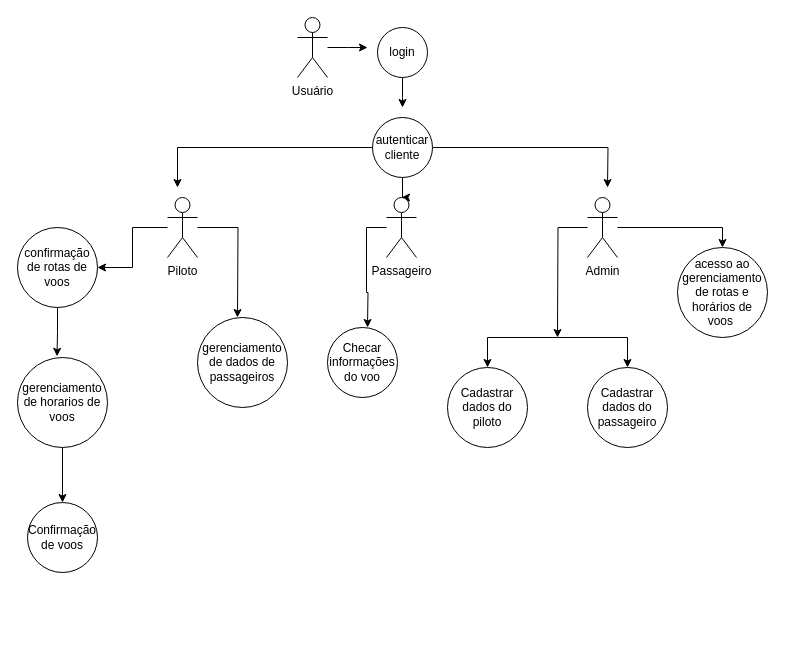
Gabriel-Evarist0/Modelagem-de-Software-aero-mind keeps this draw.io diagram as page "Página-2" (1 of 3) of Other Files/Diagrama Aeromind.drawio.xml. Above is the earlier version. Source tidied: cells renumbered, new cells numbered last; positions are measured from the earlier drawing's top-left corner, leaving out a move shared by most shapes. Both pictures are drawn from the tidied source at 100%, with x=0, y=0 at pixel (17, 17).
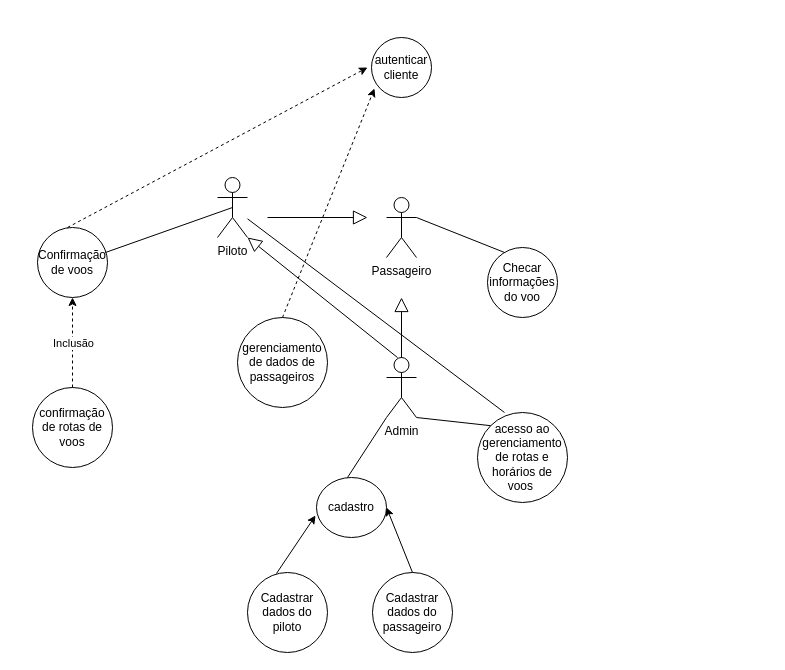
After the change.

The change refers to these unchanged cells:
```xml
<mxCell id="12" value="Passageiro" style="shape=umlActor;verticalLabelPosition=bottom;verticalAlign=top;html=1;outlineConnect=0;fontColor=default;" parent="1" vertex="1">
  <mxGeometry x="369" y="180" width="30" height="60" as="geometry" />
</mxCell>
```

What changed in the source:
```diff
@@
-    <mxCell id="2" style="edgeStyle=orthogonalEdgeStyle;rounded=0;jettySize=auto;html=1;fontColor=default;" parent="1" edge="1" source="3">
-      <mxGeometry relative="1" as="geometry">
-        <mxPoint x="385" y="90" as="targetPoint" />
-      </mxGeometry>
-    </mxCell>
-    <mxCell id="3" value="login" style="ellipse;whiteSpace=wrap;html=1;" parent="1" vertex="1">
-      <mxGeometry x="360" y="10" width="50" height="50" as="geometry" />
-    </mxCell>
-    <mxCell id="4" style="edgeStyle=orthogonalEdgeStyle;rounded=0;jettySize=auto;html=1;entryX=0.5;entryY=0;entryDx=0;entryDy=0;entryPerimeter=0;fontColor=default;" parent="1" edge="1" source="7" target="12">
-      <mxGeometry relative="1" as="geometry" />
-    </mxCell>
-    <mxCell id="5" style="edgeStyle=orthogonalEdgeStyle;rounded=0;jettySize=auto;html=1;fontColor=default;" parent="1" edge="1" source="7">
-      <mxGeometry relative="1" as="geometry">
-        <mxPoint x="160" y="170" as="targetPoint" />
-        <Array as="points">
-          <mxPoint x="160" y="130" />
-        </Array>
-      </mxGeometry>
-    </mxCell>
-    <mxCell id="6" style="edgeStyle=orthogonalEdgeStyle;rounded=0;jettySize=auto;html=1;fontColor=default;" parent="1" edge="1" source="7">
-      <mxGeometry relative="1" as="geometry">
-        <mxPoint x="590" y="170" as="targetPoint" />
-      </mxGeometry>
-    </mxCell>
     <mxCell id="7" value="autenticar cliente" style="ellipse;whiteSpace=wrap;html=1;" parent="1" vertex="1">
-      <mxGeometry x="355" y="100" width="60" height="60" as="geometry" />
+      <mxGeometry x="354" y="20" width="60" height="60" as="geometry" />
     </mxCell>
-    <mxCell id="8" style="edgeStyle=orthogonalEdgeStyle;rounded=0;jettySize=auto;html=1;fontColor=default;" parent="1" edge="1" source="10" target="19">
-      <mxGeometry relative="1" as="geometry" />
-    </mxCell>
-    <mxCell id="9" style="edgeStyle=orthogonalEdgeStyle;rounded=0;jettySize=auto;html=1;fontColor=default;" parent="1" edge="1" source="10">
-      <mxGeometry relative="1" as="geometry">
-        <mxPoint x="220" y="300" as="targetPoint" />
-      </mxGeometry>
-    </mxCell>
     <mxCell id="10" value="Piloto" style="shape=umlActor;verticalLabelPosition=bottom;verticalAlign=top;html=1;outlineConnect=0;fontColor=default;" parent="1" vertex="1">
-      <mxGeometry x="150" y="180" width="30" height="60" as="geometry" />
+      <mxGeometry x="200" y="160" width="30" height="60" as="geometry" />
     </mxCell>
-    <mxCell id="11" style="edgeStyle=orthogonalEdgeStyle;rounded=0;jettySize=auto;html=1;fontColor=default;" parent="1" edge="1" source="12">
-      <mxGeometry relative="1" as="geometry">
-        <mxPoint x="350" y="310" as="targetPoint" />
-      </mxGeometry>
-    </mxCell>
@@
-    <mxCell id="13" style="edgeStyle=orthogonalEdgeStyle;rounded=0;jettySize=auto;html=1;entryX=0.5;entryY=0;entryDx=0;entryDy=0;fontColor=default;" parent="1" edge="1" source="15" target="25">
-      <mxGeometry relative="1" as="geometry" />
-    </mxCell>
-    <mxCell id="14" style="edgeStyle=orthogonalEdgeStyle;rounded=0;jettySize=auto;html=1;fontColor=default;" parent="1" edge="1" source="15">
-      <mxGeometry relative="1" as="geometry">
-        <mxPoint x="540" y="320" as="targetPoint" />
-      </mxGeometry>
-    </mxCell>
     <mxCell id="15" value="Admin" style="shape=umlActor;verticalLabelPosition=bottom;verticalAlign=top;html=1;outlineConnect=0;fontColor=none;direction=east;" parent="1" vertex="1">
-      <mxGeometry x="570" y="180" width="30" height="60" as="geometry" />
+      <mxGeometry x="369" y="340" width="30" height="60" as="geometry" />
     </mxCell>
-    <mxCell id="16" style="edgeStyle=orthogonalEdgeStyle;rounded=0;jettySize=auto;html=1;fontColor=default;" parent="1" edge="1" source="17">
-      <mxGeometry relative="1" as="geometry">
-        <mxPoint x="350" y="30" as="targetPoint" />
-      </mxGeometry>
-    </mxCell>
-    <mxCell id="17" value="Usuário" style="shape=umlActor;verticalLabelPosition=bottom;verticalAlign=top;html=1;outlineConnect=0;fontColor=default;" parent="1" vertex="1">
-      <mxGeometry x="280" width="30" height="60" as="geometry" />
-    </mxCell>
-    <mxCell id="18" style="edgeStyle=orthogonalEdgeStyle;rounded=0;jettySize=auto;html=1;entryX=0.439;entryY=-0.013;entryDx=0;entryDy=0;entryPerimeter=0;fontColor=default;" parent="1" edge="1" source="19" target="21">
-      <mxGeometry relative="1" as="geometry" />
-    </mxCell>
     <mxCell id="19" value="confirmação de rotas de voos" style="ellipse;whiteSpace=wrap;html=1;" parent="1" vertex="1">
-      <mxGeometry y="210" width="80" height="80" as="geometry" />
+      <mxGeometry x="15" y="370" width="80" height="80" as="geometry" />
     </mxCell>
-    <mxCell id="20" style="edgeStyle=orthogonalEdgeStyle;rounded=0;jettySize=auto;html=1;fontColor=default;entryX=0.5;entryY=0;entryDx=0;entryDy=0;" parent="1" edge="1" source="21" target="22">
-      <mxGeometry relative="1" as="geometry" />
-    </mxCell>
-    <mxCell id="21" value="gerenciamento de horarios de voos" style="ellipse;whiteSpace=wrap;html=1;" parent="1" vertex="1">
-      <mxGeometry y="340" width="90" height="90" as="geometry" />
-    </mxCell>
     <mxCell id="22" value="Confirmação de voos" style="ellipse;whiteSpace=wrap;html=1;" parent="1" vertex="1">
-      <mxGeometry x="10" y="485" width="70" height="70" as="geometry" />
+      <mxGeometry x="20" y="210" width="70" height="70" as="geometry" />
     </mxCell>
     <mxCell id="23" value="gerenciamento de dados de passageiros" style="ellipse;whiteSpace=wrap;html=1;" parent="1" vertex="1">
-      <mxGeometry x="180" y="300" width="90" height="90" as="geometry" />
+      <mxGeometry x="220" y="300" width="90" height="90" as="geometry" />
     </mxCell>
     <mxCell id="24" value="Checar informações do voo" style="ellipse;whiteSpace=wrap;html=1;fontColor=default;" parent="1" vertex="1">
-      <mxGeometry x="310" y="310" width="70" height="70" as="geometry" />
+      <mxGeometry x="470" y="230" width="70" height="70" as="geometry" />
     </mxCell>
     <mxCell id="25" value="acesso ao gerenciamento de rotas e horários de voos&amp;nbsp;" style="ellipse;whiteSpace=wrap;html=1;fontColor=none;" parent="1" vertex="1">
-      <mxGeometry x="660" y="230" width="90" height="90" as="geometry" />
+      <mxGeometry x="460" y="395" width="90" height="90" as="geometry" />
     </mxCell>
     <mxCell id="26" value="Cadastrar dados do piloto" style="ellipse;whiteSpace=wrap;html=1;fontColor=default;direction=south;rotation=0;" parent="1" vertex="1">
-      <mxGeometry x="430" y="350" width="80" height="80" as="geometry" />
+      <mxGeometry x="230" y="555" width="80" height="80" as="geometry" />
     </mxCell>
     <mxCell id="27" value="Cadastrar dados do passageiro" style="ellipse;whiteSpace=wrap;html=1;fontColor=default;" parent="1" vertex="1">
-      <mxGeometry x="570" y="350" width="80" height="80" as="geometry" />
+      <mxGeometry x="355" y="555" width="80" height="80" as="geometry" />
     </mxCell>
-    <mxCell id="28" style="endArrow=classic;html=1;rounded=0;fontColor=default;entryX=0;entryY=0.5;entryDx=0;entryDy=0;" parent="1" edge="1" target="26">
-      <mxGeometry relative="1" as="geometry">
-        <mxPoint x="540" y="320" as="sourcePoint" />
-        <Array as="points">
-          <mxPoint x="470" y="320" />
-        </Array>
-      </mxGeometry>
-    </mxCell>
-    <mxCell id="29" style="endArrow=classic;html=1;rounded=0;fontColor=default;entryX=0.5;entryY=0;entryDx=0;entryDy=0;" parent="1" edge="1" target="27">
-      <mxGeometry relative="1" as="geometry">
-        <mxPoint x="540" y="320" as="sourcePoint" />
-        <Array as="points">
-          <mxPoint x="610" y="320" />
-        </Array>
-      </mxGeometry>
-    </mxCell>
+    <mxCell id="30" value="cadastro" style="ellipse;whiteSpace=wrap;html=1;" parent="1" vertex="1">
+      <mxGeometry x="299" y="460" width="70" height="60" as="geometry" />
+    </mxCell>
+    <mxCell id="31" style="endArrow=classic;html=1;rounded=0;entryX=1;entryY=0.5;entryDx=0;entryDy=0;exitX=0.5;exitY=0;exitDx=0;exitDy=0;" parent="1" edge="1" source="27" target="30">
+      <mxGeometry relative="1" as="geometry" />
+    </mxCell>
+    <mxCell id="32" style="endArrow=classic;html=1;rounded=0;entryX=-0.014;entryY=0.633;entryDx=0;entryDy=0;entryPerimeter=0;exitX=0.013;exitY=0.638;exitDx=0;exitDy=0;exitPerimeter=0;" parent="1" edge="1" source="26" target="30">
+      <mxGeometry relative="1" as="geometry" />
+    </mxCell>
+    <mxCell id="33" style="endArrow=block;endFill=0;endSize=12;html=1;rounded=0;" parent="1" edge="1" source="15">
+      <mxGeometry relative="1" as="geometry">
+        <mxPoint x="384" y="280" as="targetPoint" />
+      </mxGeometry>
+    </mxCell>
+    <mxCell id="34" style="endArrow=none;html=1;rounded=0;exitX=1;exitY=0.3333333333333333;exitDx=0;exitDy=0;exitPerimeter=0;entryX=0.243;entryY=0.071;entryDx=0;entryDy=0;entryPerimeter=0;" parent="1" edge="1" source="12" target="24">
+      <mxGeometry relative="1" as="geometry" />
+    </mxCell>
+    <mxCell id="13" style="endArrow=none;html=1;rounded=0;exitX=1;exitY=1;exitDx=0;exitDy=0;exitPerimeter=0;entryX=0;entryY=0;entryDx=0;entryDy=0;" parent="1" edge="1" source="15" target="25">
+      <mxGeometry relative="1" as="geometry" />
+    </mxCell>
+    <mxCell id="35" style="endArrow=none;html=1;rounded=0;entryX=0;entryY=1;entryDx=0;entryDy=0;entryPerimeter=0;" parent="1" edge="1" target="15">
+      <mxGeometry relative="1" as="geometry">
+        <mxPoint x="330" y="460" as="sourcePoint" />
+      </mxGeometry>
+    </mxCell>
+    <mxCell id="36" style="endArrow=block;endFill=0;endSize=12;html=1;rounded=0;" parent="1" edge="1">
+      <mxGeometry relative="1" as="geometry">
+        <mxPoint x="250" y="200" as="sourcePoint" />
+        <mxPoint x="350" y="200" as="targetPoint" />
+      </mxGeometry>
+    </mxCell>
+    <mxCell id="37" style="endArrow=classic;html=1;rounded=0;dashed=1;" parent="1" edge="1">
+      <mxGeometry relative="1" as="geometry">
+        <mxPoint x="50" y="210" as="sourcePoint" />
+        <mxPoint x="350" y="50" as="targetPoint" />
+      </mxGeometry>
+    </mxCell>
+    <mxCell id="38" style="endArrow=classic;html=1;rounded=0;dashed=1;entryX=0.05;entryY=0.85;entryDx=0;entryDy=0;entryPerimeter=0;exitX=0.5;exitY=0;exitDx=0;exitDy=0;" parent="1" edge="1" source="23" target="7">
+      <mxGeometry relative="1" as="geometry" />
+    </mxCell>
+    <mxCell id="39" style="endArrow=block;endFill=0;endSize=12;html=1;rounded=0;entryX=1;entryY=1;entryDx=0;entryDy=0;entryPerimeter=0;" parent="1" edge="1" target="10">
+      <mxGeometry relative="1" as="geometry">
+        <mxPoint x="380" y="340" as="sourcePoint" />
+      </mxGeometry>
+    </mxCell>
+    <mxCell id="40" style="endArrow=none;html=1;rounded=0;entryX=0.3;entryY=0;entryDx=0;entryDy=0;entryPerimeter=0;" parent="1" edge="1" source="10" target="25">
+      <mxGeometry relative="1" as="geometry" />
+    </mxCell>
+    <mxCell id="41" style="endArrow=classic;html=1;rounded=0;dashed=1;exitX=0.5;exitY=0;exitDx=0;exitDy=0;entryX=0.5;entryY=1;entryDx=0;entryDy=0;" parent="1" edge="1" source="19" target="22">
+      <mxGeometry relative="1" as="geometry" />
+    </mxCell>
+    <mxCell id="42" value="Inclusão" style="edgeLabel;html=1;align=center;verticalAlign=middle;" parent="41" vertex="1">
+      <mxGeometry relative="1" as="geometry" />
+    </mxCell>
+    <mxCell id="43" style="endArrow=none;html=1;rounded=0;entryX=0.5;entryY=0.5;entryDx=0;entryDy=0;entryPerimeter=0;exitX=0.971;exitY=0.357;exitDx=0;exitDy=0;exitPerimeter=0;" parent="1" edge="1" source="22" target="10">
+      <mxGeometry relative="1" as="geometry" />
+    </mxCell>
```
